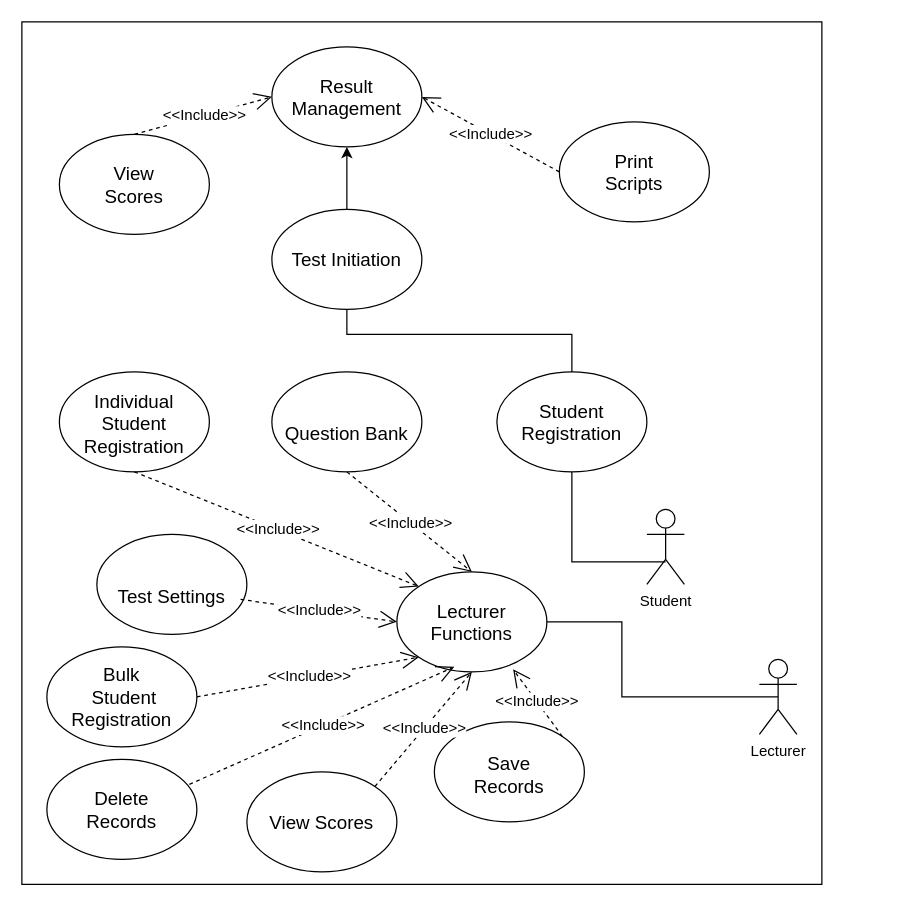
TEyo15/BotOfficeProjects keeps this draw.io diagram as CSC 307 USE CASE DIAGRAM.drawio. Above is the earlier version. Source tidied: cells renumbered, new cells numbered last; positions are measured from the earlier drawing's top-left corner, leaving out a move shared by most shapes. Both pictures are drawn from the tidied source at 125%, with x=0, y=0 at pixel (21, 21).
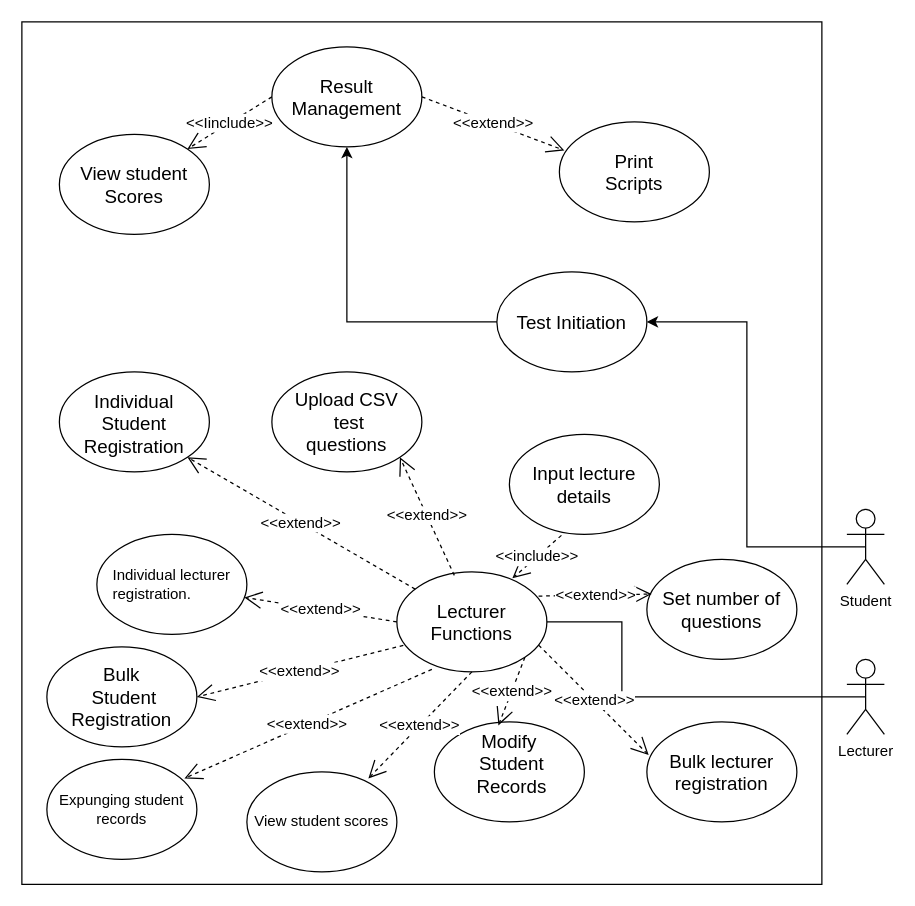
The same diagram, later.

The change refers to these unchanged cells:
```xml
<mxCell id="4" value="&lt;font style=&quot;font-size: 15px;&quot;&gt;Result Management&lt;/font&gt;" style="ellipse;whiteSpace=wrap;html=1;" parent="1" vertex="1">
  <mxGeometry x="200" y="20" width="120" height="80" as="geometry" />
</mxCell>
<mxCell id="6" value="&lt;font style=&quot;font-size: 15px;&quot;&gt;Lecturer Functions&lt;/font&gt;" style="ellipse;whiteSpace=wrap;html=1;" parent="1" vertex="1">
  <mxGeometry x="300" y="440" width="120" height="80" as="geometry" />
</mxCell>
<mxCell id="10" value="&lt;font style=&quot;&quot;&gt;&lt;font style=&quot;font-size: 15px;&quot;&gt;&lt;br&gt;Individual Student Registration&lt;/font&gt;&lt;br&gt;&lt;br&gt;&lt;/font&gt;" style="ellipse;whiteSpace=wrap;html=1;" parent="1" vertex="1">
  <mxGeometry x="30" y="280" width="120" height="80" as="geometry" />
</mxCell>
<mxCell id="24" value="Bulk&lt;br&gt;&amp;nbsp;Student&lt;br&gt;Registration" style="ellipse;whiteSpace=wrap;html=1;labelBackgroundColor=default;strokeColor=default;align=center;verticalAlign=middle;fontFamily=Helvetica;fontSize=15;fontColor=default;fillColor=default;" parent="1" vertex="1">
  <mxGeometry x="20" y="500" width="120" height="80" as="geometry" />
</mxCell>
<mxCell id="28" value="&lt;font style=&quot;font-size: 15px;&quot;&gt;Print &lt;br&gt;Scripts&lt;/font&gt;" style="ellipse;whiteSpace=wrap;html=1;labelBackgroundColor=default;strokeColor=default;align=center;verticalAlign=middle;fontFamily=Helvetica;fontSize=12;fontColor=default;fillColor=default;" parent="1" vertex="1">
  <mxGeometry x="430" y="80" width="120" height="80" as="geometry" />
</mxCell>
```

Change to the diagram source:
```diff
@@
     <mxCell id="3" value="&lt;font style=&quot;font-size: 15px;&quot;&gt;Test Initiation&lt;/font&gt;" style="ellipse;whiteSpace=wrap;html=1;" parent="1" vertex="1">
-      <mxGeometry x="200" y="150" width="120" height="80" as="geometry" />
+      <mxGeometry x="380" y="200" width="120" height="80" as="geometry" />
     </mxCell>
@@
-    <mxCell id="5" value="&lt;font style=&quot;font-size: 15px;&quot;&gt;Student Registration&lt;/font&gt;&lt;br&gt;" style="ellipse;whiteSpace=wrap;html=1;" parent="1" vertex="1">
-      <mxGeometry x="380" y="280" width="120" height="80" as="geometry" />
-    </mxCell>
@@
+    <mxCell id="31" style="edgeStyle=orthogonalEdgeStyle;rounded=0;jettySize=auto;html=1;exitX=0.5;exitY=0.5;exitDx=0;exitDy=0;exitPerimeter=0;entryX=1;entryY=0.5;entryDx=0;entryDy=0;" parent="1" edge="1" source="7" target="3">
+      <mxGeometry relative="1" as="geometry" />
+    </mxCell>
     <mxCell id="7" value="Student&lt;br&gt;" style="shape=umlActor;verticalLabelPosition=bottom;verticalAlign=top;html=1;outlineConnect=0;" parent="1" vertex="1">
-      <mxGeometry x="500" y="390" width="30" height="60" as="geometry" />
+      <mxGeometry x="660" y="390" width="30" height="60" as="geometry" />
     </mxCell>
     <mxCell id="8" value="Lecturer" style="shape=umlActor;verticalLabelPosition=bottom;verticalAlign=top;html=1;outlineConnect=0;" parent="1" vertex="1">
-      <mxGeometry x="590" y="510" width="30" height="60" as="geometry" />
+      <mxGeometry x="660" y="510" width="30" height="60" as="geometry" />
     </mxCell>
-    <mxCell id="9" style="endArrow=none;html=1;rounded=0;entryX=0.5;entryY=1;entryDx=0;entryDy=0;exitX=0.5;exitY=0.7;exitDx=0;exitDy=0;exitPerimeter=0;" parent="1" edge="1" source="7" target="5">
-      <mxGeometry relative="1" as="geometry">
-        <Array as="points">
-          <mxPoint x="440" y="432" />
-        </Array>
-      </mxGeometry>
-    </mxCell>
@@
-    <mxCell id="11" style="endArrow=none;html=1;rounded=0;exitX=0.5;exitY=1;exitDx=0;exitDy=0;entryX=0.5;entryY=0;entryDx=0;entryDy=0;" parent="1" edge="1" source="3" target="5">
-      <mxGeometry relative="1" as="geometry">
-        <Array as="points">
-          <mxPoint x="260" y="250" />
-          <mxPoint x="330" y="250" />
-          <mxPoint x="440" y="250" />
-        </Array>
-      </mxGeometry>
-    </mxCell>
-    <mxCell id="12" style="endArrow=classic;html=1;rounded=0;entryX=0.5;entryY=1;entryDx=0;entryDy=0;exitX=0.5;exitY=0;exitDx=0;exitDy=0;" parent="1" edge="1" source="3" target="4">
-      <mxGeometry relative="1" as="geometry" />
+    <mxCell id="12" style="endArrow=classic;html=1;rounded=0;entryX=0.5;entryY=1;entryDx=0;entryDy=0;exitX=0;exitY=0.5;exitDx=0;exitDy=0;" parent="1" edge="1" source="3" target="4">
+      <mxGeometry relative="1" as="geometry">
+        <Array as="points">
+          <mxPoint x="260" y="240" />
+        </Array>
+      </mxGeometry>
     </mxCell>
@@
-    <mxCell id="14" value="&amp;lt;&amp;lt;Include&amp;gt;&amp;gt;" style="endArrow=open;endSize=12;dashed=1;html=1;rounded=0;fontFamily=Helvetica;fontSize=12;fontColor=default;exitX=0.5;exitY=1;exitDx=0;exitDy=0;entryX=0;entryY=0;entryDx=0;entryDy=0;" parent="1" edge="1" source="10" target="6">
+    <mxCell id="14" value="&amp;lt;&amp;lt;extend&amp;gt;&amp;gt;" style="endArrow=open;endSize=12;dashed=1;html=1;rounded=0;fontFamily=Helvetica;fontSize=12;fontColor=default;entryX=1;entryY=1;entryDx=0;entryDy=0;" parent="1" edge="1" source="6" target="10">
       <mxGeometry x="0.01" relative="1" as="geometry" />
     </mxCell>
-    <mxCell id="15" value="&amp;lt;&amp;lt;Include&amp;gt;&amp;gt;" style="endArrow=open;endSize=12;dashed=1;html=1;rounded=0;fontFamily=Helvetica;fontSize=12;fontColor=default;exitX=1;exitY=0.5;exitDx=0;exitDy=0;entryX=0;entryY=1;entryDx=0;entryDy=0;" parent="1" edge="1" target="6">
-      <mxGeometry x="0.01" relative="1" as="geometry">
-        <mxPoint x="140" y="540" as="sourcePoint" />
-      </mxGeometry>
-    </mxCell>
-    <mxCell id="16" value="&lt;font style=&quot;font-size: 15px;&quot;&gt;&lt;br&gt;Question Bank&lt;/font&gt;" style="ellipse;whiteSpace=wrap;html=1;labelBackgroundColor=default;strokeColor=default;align=center;verticalAlign=middle;fontFamily=Helvetica;fontSize=12;fontColor=default;fillColor=default;horizontal=1;" parent="1" vertex="1">
+    <mxCell id="16" value="&lt;font style=&quot;font-size: 15px;&quot;&gt;Upload CSV&lt;br&gt;&amp;nbsp;test&lt;br&gt;questions&lt;/font&gt;" style="ellipse;whiteSpace=wrap;html=1;labelBackgroundColor=default;strokeColor=default;align=center;verticalAlign=middle;fontFamily=Helvetica;fontSize=12;fontColor=default;fillColor=default;horizontal=1;" parent="1" vertex="1">
       <mxGeometry x="200" y="280" width="120" height="80" as="geometry" />
     </mxCell>
-    <mxCell id="17" value="&amp;lt;&amp;lt;Include&amp;gt;&amp;gt;" style="endArrow=open;endSize=12;dashed=1;html=1;rounded=0;fontFamily=Helvetica;fontSize=12;fontColor=default;exitX=0.5;exitY=1;exitDx=0;exitDy=0;entryX=0.5;entryY=0;entryDx=0;entryDy=0;" parent="1" edge="1" source="16" target="6">
+    <mxCell id="17" value="&amp;lt;&amp;lt;extend&amp;gt;&amp;gt;" style="endArrow=open;endSize=12;dashed=1;html=1;rounded=0;fontFamily=Helvetica;fontSize=12;fontColor=default;exitX=0.383;exitY=0.035;exitDx=0;exitDy=0;entryX=1;entryY=1;entryDx=0;entryDy=0;exitPerimeter=0;" parent="1" edge="1" source="6" target="16">
       <mxGeometry x="0.01" relative="1" as="geometry" />
     </mxCell>
-    <mxCell id="18" value="&lt;div style=&quot;text-align: justify; font-size: 15px; line-height: 120%;&quot;&gt;&lt;font style=&quot;font-size: 15px;&quot;&gt;&lt;br&gt;&lt;/font&gt;&lt;/div&gt;&lt;font style=&quot;font-size: 15px;&quot;&gt;&lt;div style=&quot;text-align: justify; line-height: 120%;&quot;&gt;Test Settings&lt;/div&gt;&lt;/font&gt;" style="ellipse;whiteSpace=wrap;html=1;labelBackgroundColor=default;strokeColor=default;align=center;verticalAlign=middle;fontFamily=Helvetica;fontSize=12;fontColor=default;fillColor=default;" parent="1" vertex="1">
+    <mxCell id="18" value="&lt;div style=&quot;text-align: justify; line-height: 120%;&quot;&gt;Individual lecturer&lt;/div&gt;&lt;div style=&quot;text-align: justify; line-height: 120%;&quot;&gt;registration.&amp;nbsp;&lt;/div&gt;" style="ellipse;whiteSpace=wrap;html=1;labelBackgroundColor=default;strokeColor=default;align=center;verticalAlign=middle;fontFamily=Helvetica;fontSize=12;fontColor=default;fillColor=default;" parent="1" vertex="1">
       <mxGeometry x="60" y="410" width="120" height="80" as="geometry" />
     </mxCell>
-    <mxCell id="19" value="&amp;lt;&amp;lt;Include&amp;gt;&amp;gt;" style="endArrow=open;endSize=12;dashed=1;html=1;rounded=0;fontFamily=Helvetica;fontSize=12;fontColor=default;exitX=0.958;exitY=0.65;exitDx=0;exitDy=0;entryX=0;entryY=0.5;entryDx=0;entryDy=0;exitPerimeter=0;" parent="1" edge="1" source="18" target="6">
-      <mxGeometry x="0.01" relative="1" as="geometry" />
-    </mxCell>
-    <mxCell id="20" value="&lt;font style=&quot;font-size: 15px;&quot;&gt;View Scores&lt;br&gt;&lt;/font&gt;" style="ellipse;whiteSpace=wrap;html=1;labelBackgroundColor=default;strokeColor=default;align=center;verticalAlign=middle;fontFamily=Helvetica;fontSize=12;fontColor=default;fillColor=default;" parent="1" vertex="1">
+    <mxCell id="20" value="&lt;font style=&quot;&quot;&gt;&lt;font style=&quot;font-size: 12px;&quot;&gt;View student scores&lt;/font&gt;&lt;br&gt;&lt;/font&gt;" style="ellipse;whiteSpace=wrap;html=1;labelBackgroundColor=default;strokeColor=default;align=center;verticalAlign=middle;fontFamily=Helvetica;fontSize=12;fontColor=default;fillColor=default;" parent="1" vertex="1">
       <mxGeometry x="180" y="600" width="120" height="80" as="geometry" />
     </mxCell>
-    <mxCell id="21" value="&lt;font style=&quot;font-size: 15px;&quot;&gt;&lt;br&gt;Save &lt;br&gt;Records&lt;/font&gt;" style="ellipse;whiteSpace=wrap;html=1;labelBackgroundColor=default;strokeColor=default;align=center;verticalAlign=top;fontFamily=Helvetica;fontSize=12;fontColor=default;fillColor=default;" parent="1" vertex="1">
+    <mxCell id="21" value="&lt;font style=&quot;font-size: 15px;&quot;&gt;Modify&lt;br&gt;&amp;nbsp;Student&lt;br&gt;&amp;nbsp;Records&lt;/font&gt;" style="ellipse;whiteSpace=wrap;html=1;labelBackgroundColor=default;strokeColor=default;align=center;verticalAlign=top;fontFamily=Helvetica;fontSize=12;fontColor=default;fillColor=default;" parent="1" vertex="1">
       <mxGeometry x="330" y="560" width="120" height="80" as="geometry" />
     </mxCell>
-    <mxCell id="22" value="&lt;font style=&quot;font-size: 15px;&quot;&gt;Delete &lt;br&gt;Records&lt;br&gt;&lt;/font&gt;" style="ellipse;whiteSpace=wrap;html=1;labelBackgroundColor=default;strokeColor=default;align=center;verticalAlign=middle;fontFamily=Helvetica;fontSize=12;fontColor=default;fillColor=default;" parent="1" vertex="1">
+    <mxCell id="22" value="&lt;font style=&quot;font-size: 12px;&quot;&gt;Expunging student &lt;br&gt;records&lt;br&gt;&lt;/font&gt;" style="ellipse;whiteSpace=wrap;html=1;labelBackgroundColor=default;strokeColor=default;align=center;verticalAlign=middle;fontFamily=Helvetica;fontSize=12;fontColor=default;fillColor=default;" parent="1" vertex="1">
       <mxGeometry x="20" y="590" width="120" height="80" as="geometry" />
     </mxCell>
-    <mxCell id="23" value="&amp;lt;&amp;lt;Include&amp;gt;&amp;gt;" style="endArrow=open;endSize=12;dashed=1;html=1;rounded=0;fontFamily=Helvetica;fontSize=12;fontColor=default;exitX=0.95;exitY=0.25;exitDx=0;exitDy=0;entryX=0.383;entryY=0.95;entryDx=0;entryDy=0;exitPerimeter=0;entryPerimeter=0;" parent="1" edge="1" source="22" target="6">
-      <mxGeometry x="0.01" relative="1" as="geometry" />
-    </mxCell>
@@
-    <mxCell id="25" value="&amp;lt;&amp;lt;Include&amp;gt;&amp;gt;" style="endArrow=open;endSize=12;dashed=1;html=1;rounded=0;fontFamily=Helvetica;fontSize=12;fontColor=default;exitX=1;exitY=0;exitDx=0;exitDy=0;entryX=0.5;entryY=1;entryDx=0;entryDy=0;" parent="1" edge="1" source="20" target="6">
-      <mxGeometry x="0.01" relative="1" as="geometry" />
-    </mxCell>
-    <mxCell id="26" value="&amp;lt;&amp;lt;Include&amp;gt;&amp;gt;" style="endArrow=open;endSize=12;dashed=1;html=1;rounded=0;fontFamily=Helvetica;fontSize=12;fontColor=default;exitX=1;exitY=0;exitDx=0;exitDy=0;entryX=0.775;entryY=0.975;entryDx=0;entryDy=0;entryPerimeter=0;" parent="1" edge="1" source="21" target="6">
-      <mxGeometry x="0.01" relative="1" as="geometry" />
-    </mxCell>
-    <mxCell id="27" value="&lt;font style=&quot;font-size: 15px;&quot;&gt;View &lt;br&gt;Scores&lt;/font&gt;" style="ellipse;whiteSpace=wrap;html=1;labelBackgroundColor=default;strokeColor=default;align=center;verticalAlign=middle;fontFamily=Helvetica;fontSize=12;fontColor=default;fillColor=default;" parent="1" vertex="1">
+    <mxCell id="27" value="&lt;font style=&quot;font-size: 15px;&quot;&gt;View student&lt;br&gt;Scores&lt;/font&gt;" style="ellipse;whiteSpace=wrap;html=1;labelBackgroundColor=default;strokeColor=default;align=center;verticalAlign=middle;fontFamily=Helvetica;fontSize=12;fontColor=default;fillColor=default;" parent="1" vertex="1">
       <mxGeometry x="30" y="90" width="120" height="80" as="geometry" />
     </mxCell>
@@
-    <mxCell id="29" value="&amp;lt;&amp;lt;Include&amp;gt;&amp;gt;" style="endArrow=open;endSize=12;dashed=1;html=1;rounded=0;fontFamily=Helvetica;fontSize=12;fontColor=default;exitX=0.5;exitY=0;exitDx=0;exitDy=0;entryX=0;entryY=0.5;entryDx=0;entryDy=0;" parent="1" edge="1" source="27" target="4">
+    <mxCell id="29" value="&amp;lt;&amp;lt;Iinclude&amp;gt;&amp;gt;" style="endArrow=open;endSize=12;dashed=1;html=1;rounded=0;fontFamily=Helvetica;fontSize=12;fontColor=default;exitX=0;exitY=0.5;exitDx=0;exitDy=0;entryX=1;entryY=0;entryDx=0;entryDy=0;" parent="1" edge="1" source="4" target="27">
       <mxGeometry x="0.01" relative="1" as="geometry" />
     </mxCell>
-    <mxCell id="30" value="&amp;lt;&amp;lt;Include&amp;gt;&amp;gt;" style="endArrow=open;endSize=12;dashed=1;html=1;rounded=0;fontFamily=Helvetica;fontSize=12;fontColor=default;exitX=0;exitY=0.5;exitDx=0;exitDy=0;entryX=1;entryY=0.5;entryDx=0;entryDy=0;" parent="1" edge="1" source="28" target="4">
+    <mxCell id="30" value="&amp;lt;&amp;lt;extend&amp;gt;&amp;gt;" style="endArrow=open;endSize=12;dashed=1;html=1;rounded=0;fontFamily=Helvetica;fontSize=12;fontColor=default;exitX=1;exitY=0.5;exitDx=0;exitDy=0;entryX=0.033;entryY=0.285;entryDx=0;entryDy=0;entryPerimeter=0;" parent="1" edge="1" source="4" target="28">
       <mxGeometry x="0.01" relative="1" as="geometry" />
     </mxCell>
+    <mxCell id="32" value="&amp;lt;&amp;lt;extend&amp;gt;&amp;gt;" style="endArrow=open;endSize=12;dashed=1;html=1;rounded=0;fontFamily=Helvetica;fontSize=12;fontColor=default;entryX=0.983;entryY=0.63;entryDx=0;entryDy=0;exitX=0;exitY=0.5;exitDx=0;exitDy=0;entryPerimeter=0;" parent="1" edge="1" source="6" target="18">
+      <mxGeometry x="0.01" relative="1" as="geometry" />
+    </mxCell>
+    <mxCell id="33" value="&amp;lt;&amp;lt;extend&amp;gt;&amp;gt;" style="endArrow=open;endSize=12;dashed=1;html=1;rounded=0;fontFamily=Helvetica;fontSize=12;fontColor=default;exitX=0.043;exitY=0.735;exitDx=0;exitDy=0;entryX=1;entryY=0.5;entryDx=0;entryDy=0;exitPerimeter=0;" parent="1" edge="1" source="6" target="24">
+      <mxGeometry x="0.01" relative="1" as="geometry" />
+    </mxCell>
+    <mxCell id="34" value="&amp;lt;&amp;lt;extend&amp;gt;&amp;gt;" style="endArrow=open;endSize=12;dashed=1;html=1;rounded=0;fontFamily=Helvetica;fontSize=12;fontColor=default;exitX=0;exitY=1;exitDx=0;exitDy=0;entryX=0.917;entryY=0.19;entryDx=0;entryDy=0;entryPerimeter=0;" parent="1" edge="1" target="22">
+      <mxGeometry x="0.01" relative="1" as="geometry">
+        <mxPoint x="328" y="518" as="sourcePoint" />
+      </mxGeometry>
+    </mxCell>
+    <mxCell id="35" value="&amp;lt;&amp;lt;extend&amp;gt;&amp;gt;" style="endArrow=open;endSize=12;dashed=1;html=1;rounded=0;fontFamily=Helvetica;fontSize=12;fontColor=default;exitX=0.5;exitY=1;exitDx=0;exitDy=0;entryX=0.81;entryY=0.065;entryDx=0;entryDy=0;entryPerimeter=0;" parent="1" edge="1" source="6" target="20">
+      <mxGeometry x="0.01" relative="1" as="geometry" />
+    </mxCell>
+    <mxCell id="36" value="&amp;lt;&amp;lt;extend&amp;gt;&amp;gt;" style="endArrow=open;endSize=12;dashed=1;html=1;rounded=0;fontFamily=Helvetica;fontSize=12;fontColor=default;exitX=1;exitY=1;exitDx=0;exitDy=0;entryX=0.427;entryY=0.035;entryDx=0;entryDy=0;entryPerimeter=0;" parent="1" edge="1" source="6" target="21">
+      <mxGeometry x="0.01" relative="1" as="geometry" />
+    </mxCell>
+    <mxCell id="37" value="&lt;span style=&quot;font-size: 15px;&quot;&gt;Input lecture details&lt;/span&gt;" style="ellipse;whiteSpace=wrap;html=1;" parent="1" vertex="1">
+      <mxGeometry x="390" y="330" width="120" height="80" as="geometry" />
+    </mxCell>
+    <mxCell id="38" value="&amp;lt;&amp;lt;include&amp;gt;&amp;gt;" style="endArrow=open;endSize=12;dashed=1;html=1;rounded=0;fontFamily=Helvetica;fontSize=12;fontColor=default;exitX=0.347;exitY=1.01;exitDx=0;exitDy=0;entryX=0.77;entryY=0.065;entryDx=0;entryDy=0;exitPerimeter=0;entryPerimeter=0;" parent="1" edge="1" source="37" target="6">
+      <mxGeometry x="0.01" relative="1" as="geometry" />
+    </mxCell>
+    <mxCell id="39" value="&lt;span style=&quot;font-size: 15px;&quot;&gt;Bulk lecturer registration&lt;/span&gt;" style="ellipse;whiteSpace=wrap;html=1;" parent="1" vertex="1">
+      <mxGeometry x="500" y="560" width="120" height="80" as="geometry" />
+    </mxCell>
+    <mxCell id="40" value="&lt;span style=&quot;font-size: 15px;&quot;&gt;Set number of questions&lt;/span&gt;" style="ellipse;whiteSpace=wrap;html=1;" parent="1" vertex="1">
+      <mxGeometry x="500" y="430" width="120" height="80" as="geometry" />
+    </mxCell>
+    <mxCell id="41" value="&amp;lt;&amp;lt;extend&amp;gt;&amp;gt;" style="endArrow=open;endSize=12;dashed=1;html=1;rounded=0;fontFamily=Helvetica;fontSize=12;fontColor=default;exitX=0.945;exitY=0.732;exitDx=0;exitDy=0;entryX=0.012;entryY=0.332;entryDx=0;entryDy=0;entryPerimeter=0;exitPerimeter=0;" parent="1" edge="1" source="6" target="39">
+      <mxGeometry x="0.01" relative="1" as="geometry" />
+    </mxCell>
+    <mxCell id="42" value="&amp;lt;&amp;lt;extend&amp;gt;&amp;gt;" style="endArrow=open;endSize=12;dashed=1;html=1;rounded=0;fontFamily=Helvetica;fontSize=12;fontColor=default;exitX=0.945;exitY=0.242;exitDx=0;exitDy=0;entryX=0.032;entryY=0.347;entryDx=0;entryDy=0;entryPerimeter=0;exitPerimeter=0;" parent="1" edge="1" source="6" target="40">
+      <mxGeometry x="0.01" relative="1" as="geometry" />
+    </mxCell>
```
